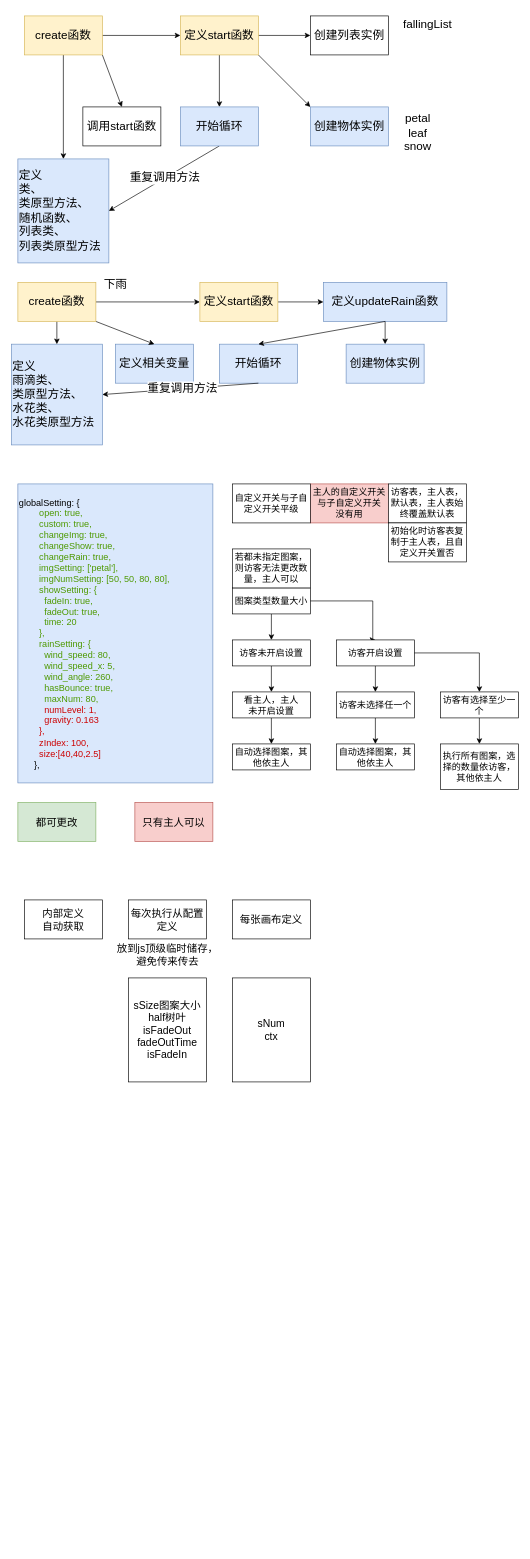
qtqz/natural-falling-effect keeps this draw.io diagram as 设计.drawio. Above is the earlier version. Source tidied: cells renumbered, new cells numbered last; positions are measured from the earlier drawing's top-left corner, leaving out a move shared by most shapes. Both pictures are drawn from the tidied source at 65%, with x=0, y=0 at pixel (11, 11).
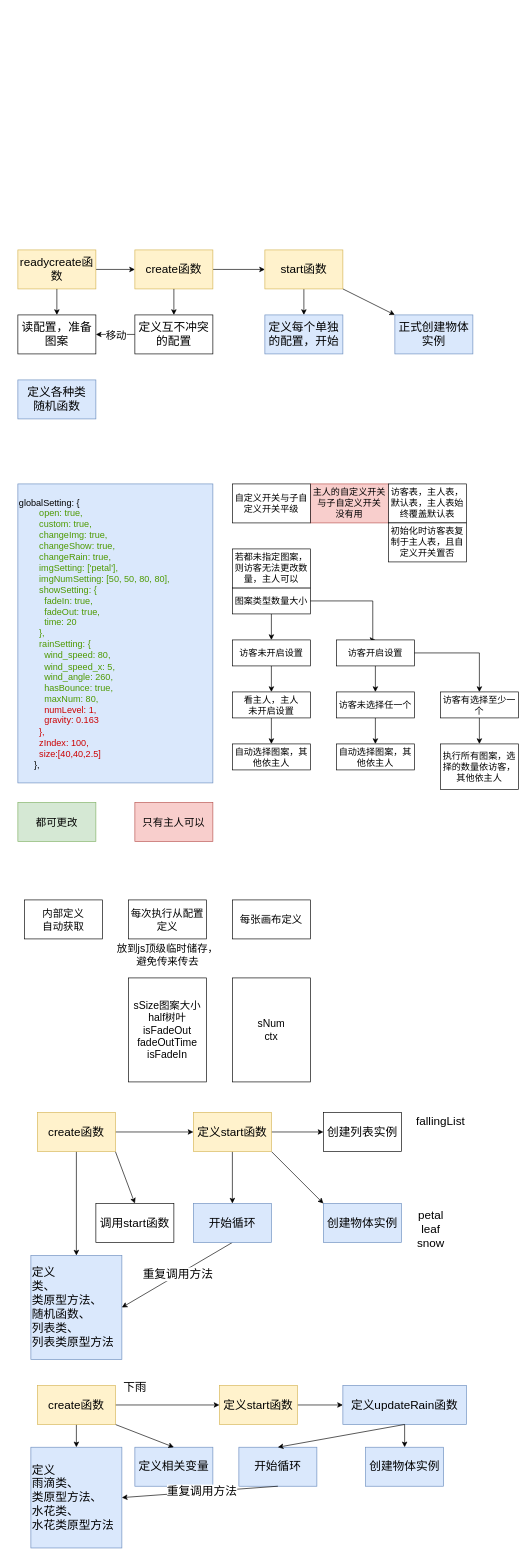
The same page after the edit.

The edit, as a diff of the source:
```diff
@@
-    <mxCell id="3" style="edgeStyle=orthogonalEdgeStyle;rounded=0;jettySize=auto;html=1;exitX=0.5;exitY=1;exitDx=0;exitDy=0;entryX=0.5;entryY=0;entryDx=0;entryDy=0;fontFamily=Helvetica;fontSize=18;fontColor=default;" parent="1" edge="1" source="5" target="7">
-      <mxGeometry relative="1" as="geometry" />
-    </mxCell>
-    <mxCell id="4" style="rounded=0;jettySize=auto;html=1;exitX=1;exitY=1;exitDx=0;exitDy=0;entryX=0.5;entryY=0;entryDx=0;entryDy=0;fontFamily=Helvetica;fontSize=18;fontColor=default;" parent="1" edge="1" source="5" target="6">
-      <mxGeometry relative="1" as="geometry" />
-    </mxCell>
     <mxCell id="5" value="create函数" style="whiteSpace=wrap;html=1;fontSize=18;fillColor=#fff2cc;strokeColor=#d6b656;" parent="1" vertex="1">
-      <mxGeometry x="20" y="7" width="120" height="60" as="geometry" />
+      <mxGeometry x="190" y="367" width="120" height="60" as="geometry" />
     </mxCell>
-    <mxCell id="6" value="调用start函数" style="whiteSpace=wrap;html=1;strokeColor=default;fontFamily=Helvetica;fontSize=18;fontColor=default;fillColor=default;" parent="1" vertex="1">
-      <mxGeometry x="110" y="147" width="120" height="60" as="geometry" />
-    </mxCell>
-    <mxCell id="7" value="定义&lt;br&gt;类、&lt;br&gt;类原型方法、&lt;br&gt;随机函数、&lt;br&gt;列表类、&lt;br&gt;列表类原型方法" style="whiteSpace=wrap;html=1;strokeColor=#6c8ebf;fontFamily=Helvetica;fontSize=18;fillColor=#dae8fc;align=left;" parent="1" vertex="1">
-      <mxGeometry x="10" y="227" width="140" height="160" as="geometry" />
+    <mxCell id="7" value="定义各种类&lt;br&gt;随机函数" style="whiteSpace=wrap;html=1;strokeColor=#6c8ebf;fontFamily=Helvetica;fontSize=18;fillColor=#dae8fc;align=center;" parent="1" vertex="1">
+      <mxGeometry x="10" y="567" width="120" height="60" as="geometry" />
     </mxCell>
-    <mxCell id="8" style="edgeStyle=orthogonalEdgeStyle;rounded=0;jettySize=auto;html=1;exitX=1;exitY=0.5;exitDx=0;exitDy=0;entryX=0;entryY=0.5;entryDx=0;entryDy=0;fontFamily=Helvetica;fontSize=18;fontColor=default;" parent="1" edge="1" source="11" target="12">
-      <mxGeometry relative="1" as="geometry" />
-    </mxCell>
@@
-    <mxCell id="11" value="定义start函数" style="whiteSpace=wrap;html=1;strokeColor=#d6b656;fontFamily=Helvetica;fontSize=18;fillColor=#fff2cc;" parent="1" vertex="1">
-      <mxGeometry x="260" y="7" width="120" height="60" as="geometry" />
+    <mxCell id="11" value="start函数" style="whiteSpace=wrap;html=1;strokeColor=#d6b656;fontFamily=Helvetica;fontSize=18;fillColor=#fff2cc;" parent="1" vertex="1">
+      <mxGeometry x="390" y="367" width="120" height="60" as="geometry" />
     </mxCell>
-    <mxCell id="12" value="创建列表实例" style="whiteSpace=wrap;html=1;strokeColor=default;fontFamily=Helvetica;fontSize=18;fontColor=default;fillColor=default;" parent="1" vertex="1">
-      <mxGeometry x="460" y="7" width="120" height="60" as="geometry" />
-    </mxCell>
-    <mxCell id="13" value="创建物体实例" style="whiteSpace=wrap;html=1;strokeColor=#6c8ebf;fontFamily=Helvetica;fontSize=18;fillColor=#dae8fc;" parent="1" vertex="1">
-      <mxGeometry x="460" y="147" width="120" height="60" as="geometry" />
+    <mxCell id="13" value="正式创建物体实例" style="whiteSpace=wrap;html=1;strokeColor=#6c8ebf;fontFamily=Helvetica;fontSize=18;fillColor=#dae8fc;" parent="1" vertex="1">
+      <mxGeometry x="590" y="467" width="120" height="60" as="geometry" />
     </mxCell>
-    <mxCell id="14" value="fallingList" style="text;html=1;align=center;verticalAlign=middle;strokeColor=none;fillColor=none;fontSize=18;fontFamily=Helvetica;fontColor=default;" parent="1" vertex="1">
-      <mxGeometry x="590" width="100" height="40" as="geometry" />
-    </mxCell>
-    <mxCell id="15" style="rounded=0;jettySize=auto;html=1;exitX=0.5;exitY=1;exitDx=0;exitDy=0;entryX=1;entryY=0.5;entryDx=0;entryDy=0;fontFamily=Helvetica;fontSize=18;fontColor=default;" parent="1" edge="1" source="17" target="7">
-      <mxGeometry relative="1" as="geometry" />
-    </mxCell>
-    <mxCell id="16" value="重复调用方法" style="edgeLabel;html=1;align=center;verticalAlign=middle;fontSize=18;fontFamily=Helvetica;fontColor=default;" parent="15" vertex="1">
-      <mxGeometry x="-0.02" y="-1" relative="1" as="geometry" />
-    </mxCell>
-    <mxCell id="17" value="开始循环" style="whiteSpace=wrap;html=1;strokeColor=#6c8ebf;fontFamily=Helvetica;fontSize=18;fillColor=#dae8fc;" parent="1" vertex="1">
-      <mxGeometry x="260" y="147" width="120" height="60" as="geometry" />
+    <mxCell id="17" value="定义每个单独的配置，开始" style="whiteSpace=wrap;html=1;strokeColor=#6c8ebf;fontFamily=Helvetica;fontSize=18;fillColor=#dae8fc;" parent="1" vertex="1">
+      <mxGeometry x="390" y="467" width="120" height="60" as="geometry" />
     </mxCell>
-    <mxCell id="18" value="petal&lt;br&gt;leaf&lt;br&gt;snow" style="text;html=1;align=center;verticalAlign=middle;strokeColor=none;fillColor=none;fontSize=18;fontFamily=Helvetica;fontColor=default;" parent="1" vertex="1">
-      <mxGeometry x="590" y="147" width="70" height="80" as="geometry" />
-    </mxCell>
     <mxCell id="19" value="定义&lt;br&gt;雨滴类、&lt;br&gt;类原型方法、&lt;br&gt;水花类、&lt;br&gt;水花类原型方法" style="whiteSpace=wrap;html=1;strokeColor=#6c8ebf;fontFamily=Helvetica;fontSize=18;fillColor=#dae8fc;align=left;" parent="1" vertex="1">
-      <mxGeometry y="512" width="140" height="155" as="geometry" />
+      <mxGeometry x="30" y="2209" width="140" height="155" as="geometry" />
     </mxCell>
     <mxCell id="20" value="定义相关变量" style="whiteSpace=wrap;html=1;strokeColor=#6c8ebf;fontFamily=Helvetica;fontSize=18;fillColor=#dae8fc;" parent="1" vertex="1">
-      <mxGeometry x="160" y="512" width="120" height="60" as="geometry" />
+      <mxGeometry x="190" y="2209" width="120" height="60" as="geometry" />
     </mxCell>
@@
     <mxCell id="24" value="create函数" style="whiteSpace=wrap;html=1;fontSize=18;fillColor=#fff2cc;strokeColor=#d6b656;" parent="1" vertex="1">
-      <mxGeometry x="10" y="417" width="120" height="60" as="geometry" />
+      <mxGeometry x="40" y="2114" width="120" height="60" as="geometry" />
     </mxCell>
@@
     <mxCell id="26" value="定义start函数" style="whiteSpace=wrap;html=1;strokeColor=#d6b656;fontFamily=Helvetica;fontSize=18;fillColor=#fff2cc;" parent="1" vertex="1">
-      <mxGeometry x="290" y="417" width="120" height="60" as="geometry" />
+      <mxGeometry x="320" y="2114" width="120" height="60" as="geometry" />
     </mxCell>
     <mxCell id="27" value="定义updateRain函数" style="whiteSpace=wrap;html=1;strokeColor=#6c8ebf;fontFamily=Helvetica;fontSize=18;fillColor=#dae8fc;" parent="1" vertex="1">
-      <mxGeometry x="480" y="417" width="190" height="60" as="geometry" />
+      <mxGeometry x="510" y="2114" width="190" height="60" as="geometry" />
     </mxCell>
     <mxCell id="28" value="开始循环" style="whiteSpace=wrap;html=1;strokeColor=#6c8ebf;fontFamily=Helvetica;fontSize=18;fillColor=#dae8fc;" parent="1" vertex="1">
-      <mxGeometry x="320" y="512" width="120" height="60" as="geometry" />
+      <mxGeometry x="350" y="2209" width="120" height="60" as="geometry" />
     </mxCell>
@@
     <mxCell id="33" value="创建物体实例" style="whiteSpace=wrap;html=1;strokeColor=#6c8ebf;fontFamily=Helvetica;fontSize=18;fillColor=#dae8fc;" parent="1" vertex="1">
-      <mxGeometry x="515" y="512" width="120" height="60" as="geometry" />
+      <mxGeometry x="545" y="2209" width="120" height="60" as="geometry" />
     </mxCell>
     <mxCell id="34" value="下雨" style="text;html=1;align=center;verticalAlign=middle;strokeColor=none;fillColor=none;fontSize=18;fontFamily=Helvetica;fontColor=default;" parent="1" vertex="1">
-      <mxGeometry x="130" y="400" width="60" height="40" as="geometry" />
+      <mxGeometry x="160" y="2097" width="60" height="40" as="geometry" />
     </mxCell>
@@
+    <mxCell id="66" style="edgeStyle=orthogonalEdgeStyle;rounded=0;jettySize=auto;html=1;exitX=1;exitY=0.5;exitDx=0;exitDy=0;entryX=0;entryY=0.5;entryDx=0;entryDy=0;fontFamily=Helvetica;fontSize=18;fontColor=default;" parent="1" edge="1" source="69" target="74">
+      <mxGeometry relative="1" as="geometry" />
+    </mxCell>
+    <mxCell id="67" style="edgeStyle=orthogonalEdgeStyle;rounded=0;jettySize=auto;html=1;exitX=0.5;exitY=1;exitDx=0;exitDy=0;entryX=0.5;entryY=0;entryDx=0;entryDy=0;fontFamily=Helvetica;fontSize=18;fontColor=default;" parent="1" edge="1" source="69" target="70">
+      <mxGeometry relative="1" as="geometry" />
+    </mxCell>
+    <mxCell id="68" style="rounded=0;jettySize=auto;html=1;exitX=1;exitY=1;exitDx=0;exitDy=0;entryX=0.5;entryY=0;entryDx=0;entryDy=0;fontFamily=Helvetica;fontSize=18;fontColor=default;" parent="1" edge="1" source="69" target="6">
+      <mxGeometry relative="1" as="geometry" />
+    </mxCell>
+    <mxCell id="69" value="create函数" style="whiteSpace=wrap;html=1;fontSize=18;fillColor=#fff2cc;strokeColor=#d6b656;" parent="1" vertex="1">
+      <mxGeometry x="40" y="1694" width="120" height="60" as="geometry" />
+    </mxCell>
+    <mxCell id="6" value="调用start函数" style="whiteSpace=wrap;html=1;strokeColor=default;fontFamily=Helvetica;fontSize=18;fontColor=default;fillColor=default;" parent="1" vertex="1">
+      <mxGeometry x="130" y="1834" width="120" height="60" as="geometry" />
+    </mxCell>
+    <mxCell id="70" value="定义&lt;br&gt;类、&lt;br&gt;类原型方法、&lt;br&gt;随机函数、&lt;br&gt;列表类、&lt;br&gt;列表类原型方法" style="whiteSpace=wrap;html=1;strokeColor=#6c8ebf;fontFamily=Helvetica;fontSize=18;fillColor=#dae8fc;align=left;" parent="1" vertex="1">
+      <mxGeometry x="30" y="1914" width="140" height="160" as="geometry" />
+    </mxCell>
+    <mxCell id="71" style="edgeStyle=orthogonalEdgeStyle;rounded=0;jettySize=auto;html=1;exitX=1;exitY=0.5;exitDx=0;exitDy=0;entryX=0;entryY=0.5;entryDx=0;entryDy=0;fontFamily=Helvetica;fontSize=18;fontColor=default;" parent="1" edge="1" source="74" target="12">
+      <mxGeometry relative="1" as="geometry" />
+    </mxCell>
+    <mxCell id="72" style="rounded=0;jettySize=auto;html=1;exitX=1;exitY=1;exitDx=0;exitDy=0;entryX=0;entryY=0;entryDx=0;entryDy=0;fontFamily=Helvetica;fontSize=18;fontColor=default;" parent="1" edge="1" source="74" target="75">
+      <mxGeometry relative="1" as="geometry" />
+    </mxCell>
+    <mxCell id="73" style="edgeStyle=orthogonalEdgeStyle;rounded=0;jettySize=auto;html=1;exitX=0.5;exitY=1;exitDx=0;exitDy=0;entryX=0.5;entryY=0;entryDx=0;entryDy=0;fontFamily=Helvetica;fontSize=18;fontColor=default;" parent="1" edge="1" source="74" target="77">
+      <mxGeometry relative="1" as="geometry" />
+    </mxCell>
+    <mxCell id="74" value="定义start函数" style="whiteSpace=wrap;html=1;strokeColor=#d6b656;fontFamily=Helvetica;fontSize=18;fillColor=#fff2cc;" parent="1" vertex="1">
+      <mxGeometry x="280" y="1694" width="120" height="60" as="geometry" />
+    </mxCell>
+    <mxCell id="12" value="创建列表实例" style="whiteSpace=wrap;html=1;strokeColor=default;fontFamily=Helvetica;fontSize=18;fontColor=default;fillColor=default;" parent="1" vertex="1">
+      <mxGeometry x="480" y="1694" width="120" height="60" as="geometry" />
+    </mxCell>
+    <mxCell id="75" value="创建物体实例" style="whiteSpace=wrap;html=1;strokeColor=#6c8ebf;fontFamily=Helvetica;fontSize=18;fillColor=#dae8fc;" parent="1" vertex="1">
+      <mxGeometry x="480" y="1834" width="120" height="60" as="geometry" />
+    </mxCell>
+    <mxCell id="14" value="fallingList" style="text;html=1;align=center;verticalAlign=middle;strokeColor=none;fillColor=none;fontSize=18;fontFamily=Helvetica;fontColor=default;" parent="1" vertex="1">
+      <mxGeometry x="610" y="1687" width="100" height="40" as="geometry" />
+    </mxCell>
+    <mxCell id="76" style="rounded=0;jettySize=auto;html=1;exitX=0.5;exitY=1;exitDx=0;exitDy=0;entryX=1;entryY=0.5;entryDx=0;entryDy=0;fontFamily=Helvetica;fontSize=18;fontColor=default;" parent="1" edge="1" source="77" target="70">
+      <mxGeometry relative="1" as="geometry" />
+    </mxCell>
+    <mxCell id="16" value="重复调用方法" style="edgeLabel;html=1;align=center;verticalAlign=middle;fontSize=18;fontFamily=Helvetica;fontColor=default;" parent="76" vertex="1">
+      <mxGeometry x="-0.02" y="-1" relative="1" as="geometry" />
+    </mxCell>
+    <mxCell id="77" value="开始循环" style="whiteSpace=wrap;html=1;strokeColor=#6c8ebf;fontFamily=Helvetica;fontSize=18;fillColor=#dae8fc;" parent="1" vertex="1">
+      <mxGeometry x="280" y="1834" width="120" height="60" as="geometry" />
+    </mxCell>
+    <mxCell id="18" value="petal&lt;br&gt;leaf&lt;br&gt;snow" style="text;html=1;align=center;verticalAlign=middle;strokeColor=none;fillColor=none;fontSize=18;fontFamily=Helvetica;fontColor=default;" parent="1" vertex="1">
+      <mxGeometry x="610" y="1834" width="70" height="80" as="geometry" />
+    </mxCell>
+    <mxCell id="78" style="edgeStyle=orthogonalEdgeStyle;rounded=0;jettySize=auto;html=1;fontFamily=Helvetica;fontSize=16;fontColor=default;" parent="1" edge="1" source="79" target="5">
+      <mxGeometry relative="1" as="geometry" />
+    </mxCell>
+    <mxCell id="79" value="readycreate函数" style="whiteSpace=wrap;html=1;fontSize=18;fillColor=#fff2cc;strokeColor=#d6b656;" parent="1" vertex="1">
+      <mxGeometry x="10" y="367" width="120" height="60" as="geometry" />
+    </mxCell>
+    <mxCell id="80" style="rounded=0;jettySize=auto;html=1;exitX=0.5;exitY=1;exitDx=0;exitDy=0;entryX=0.5;entryY=0;entryDx=0;entryDy=0;fontFamily=Helvetica;fontSize=18;fontColor=default;" parent="1" edge="1" source="79" target="81">
+      <mxGeometry relative="1" as="geometry" />
+    </mxCell>
+    <mxCell id="81" value="读配置，准备图案" style="whiteSpace=wrap;html=1;strokeColor=default;fontFamily=Helvetica;fontSize=18;fontColor=default;fillColor=default;" parent="1" vertex="1">
+      <mxGeometry x="10" y="467" width="120" height="60" as="geometry" />
+    </mxCell>
+    <mxCell id="82" style="edgeStyle=orthogonalEdgeStyle;rounded=0;jettySize=auto;html=1;exitX=0.5;exitY=1;exitDx=0;exitDy=0;entryX=0.5;entryY=0;entryDx=0;entryDy=0;fontFamily=Helvetica;fontSize=18;fontColor=default;" parent="1" edge="1" source="5" target="85">
+      <mxGeometry relative="1" as="geometry" />
+    </mxCell>
+    <mxCell id="83" style="edgeStyle=orthogonalEdgeStyle;rounded=0;jettySize=auto;html=1;fontFamily=Helvetica;fontSize=16;fontColor=default;" parent="1" edge="1" source="85" target="81">
+      <mxGeometry relative="1" as="geometry" />
+    </mxCell>
+    <mxCell id="84" value="移动" style="edgeLabel;html=1;align=center;verticalAlign=middle;fontSize=16;fontFamily=Helvetica;fontColor=default;" parent="83" vertex="1">
+      <mxGeometry relative="1" as="geometry" />
+    </mxCell>
+    <mxCell id="85" value="定义互不冲突的配置" style="whiteSpace=wrap;html=1;strokeColor=default;fontFamily=Helvetica;fontSize=18;fontColor=default;fillColor=default;" parent="1" vertex="1">
+      <mxGeometry x="190" y="467" width="120" height="60" as="geometry" />
+    </mxCell>
```
